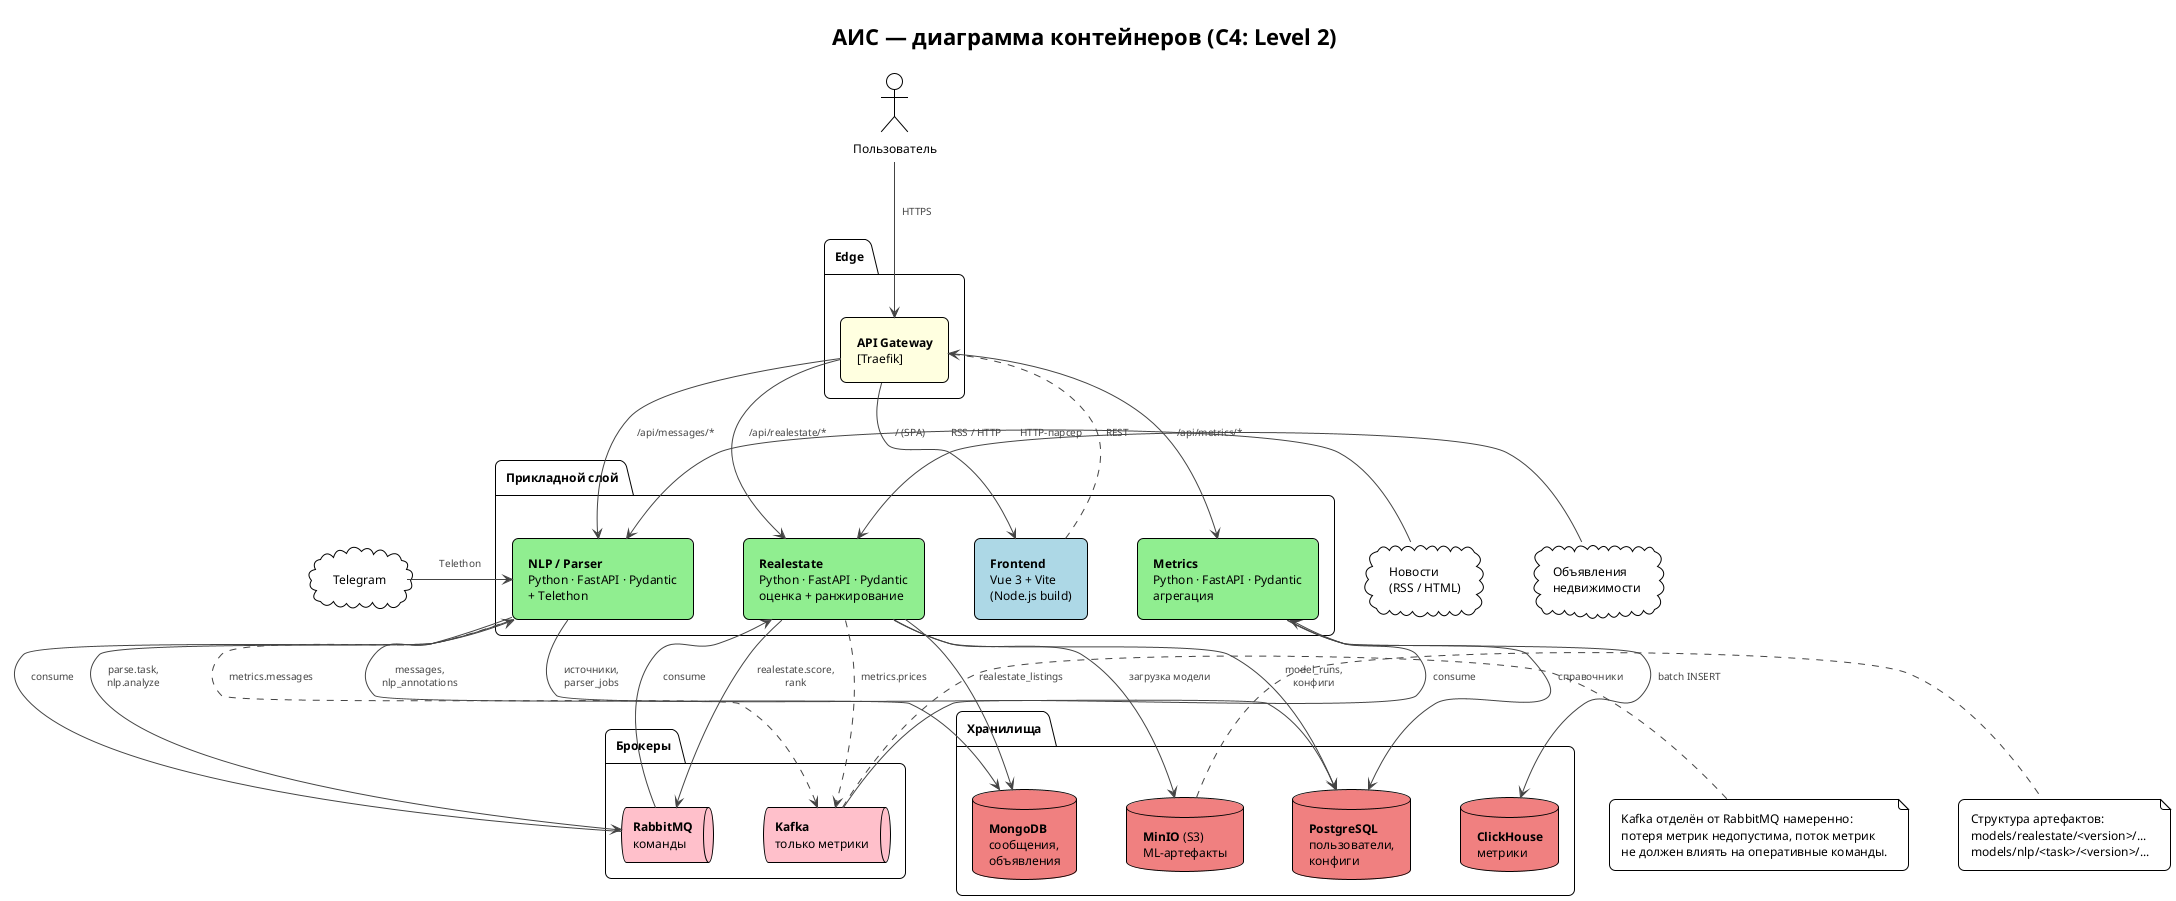
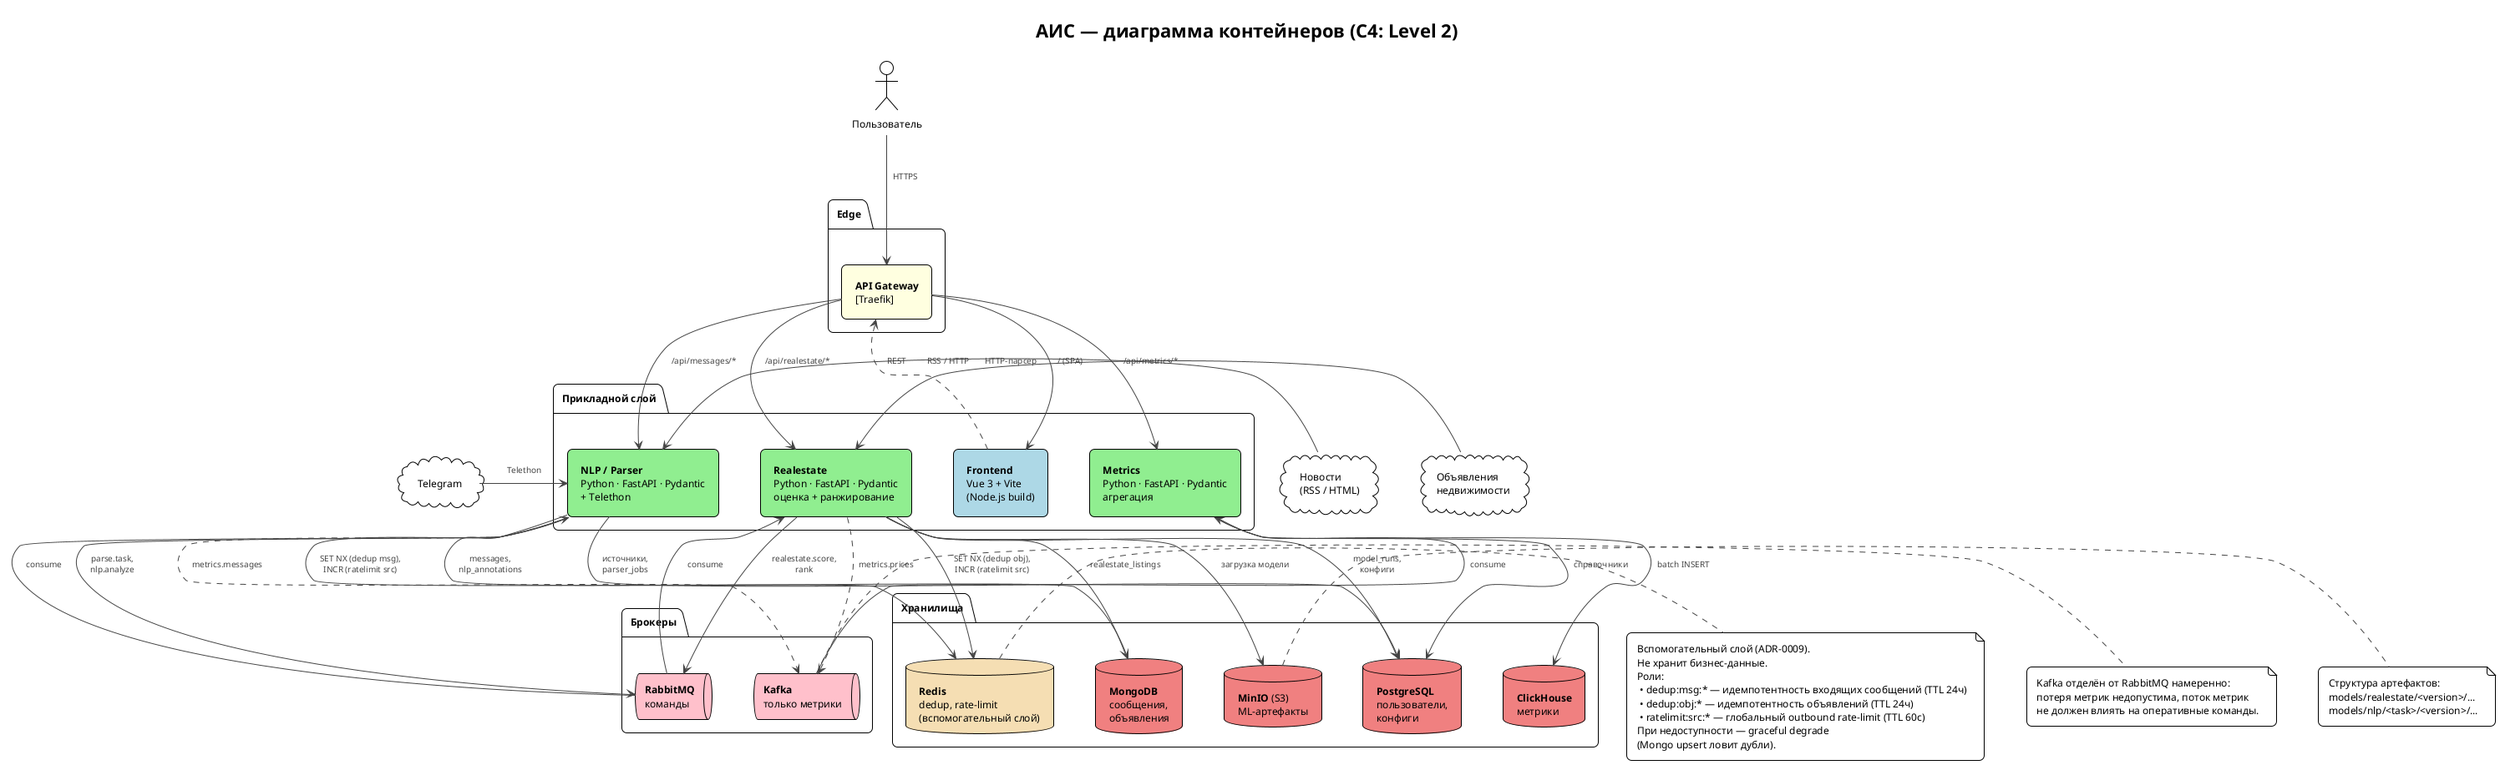
@startuml container
!theme plain
title АИС — диаграмма контейнеров (C4: Level 2)

skinparam backgroundColor #FFFFFF
skinparam roundCorner 12
skinparam shadowing false
skinparam defaultFontName "Helvetica"
skinparam defaultFontSize 12
skinparam ArrowColor #444444
skinparam ArrowFontSize 10
skinparam ArrowFontColor #444444
skinparam padding 6
skinparam nodesep 50
skinparam ranksep 70

' Раскладка сверху вниз: акторы → edge → сервисы → брокеры → хранилища
top to bottom direction

' === Уровень 0: внешний мир ===
actor "Пользователь" as user
cloud "Telegram" as tg
cloud "Новости\n(RSS / HTML)" as news
cloud "Объявления\nнедвижимости" as ads

' === Уровень 1: Edge ===
package "Edge" as edge_pkg {
  rectangle "**API Gateway**\n[Traefik]" as gateway #LightYellow
}

' === Уровень 2: прикладные сервисы ===
package "Прикладной слой" as app_pkg {
  rectangle "**Frontend**\nVue 3 + Vite\n(Node.js build)" as frontend #LightBlue
  rectangle "**Realestate**\nPython · FastAPI · Pydantic\nоценка + ранжирование" as realestate #LightGreen
  rectangle "**NLP / Parser**\nPython · FastAPI · Pydantic\n+ Telethon" as nlp #LightGreen
  rectangle "**Metrics**\nPython · FastAPI · Pydantic\nагрегация" as metrics #LightGreen
}

' === Уровень 3: брокеры ===
package "Брокеры" as broker_pkg {
  queue "**RabbitMQ**\nкоманды" as rabbit #Pink
  queue "**Kafka**\nтолько метрики" as kafka #Pink
}

' === Уровень 4: хранилища ===
package "Хранилища" as storage_pkg {
  database "**PostgreSQL**\nпользователи,\nконфиги" as pg #LightCoral
  database "**MongoDB**\nсообщения,\nобъявления" as mongo #LightCoral
  database "**ClickHouse**\nметрики" as ch #LightCoral
  database "**MinIO** (S3)\nML-артефакты" as minio #LightCoral
+   database "**Redis**\ndedup, rate-limit\n(вспомогательный слой)" as redis #Wheat
}

' ===========================================================
'   Связи. Группируем по типу, чтобы граф не путался.
' ===========================================================

' --- Пользователь и фронт ---
user     --> gateway       : HTTPS
gateway  --> frontend      : / (SPA)
frontend ..> gateway       : REST

' --- Маршрутизация шлюза в сервисы ---
gateway --> realestate     : /api/realestate/*
gateway --> nlp            : /api/messages/*
gateway --> metrics        : /api/metrics/*

' --- Источники данных → сервисы (заходят сбоку) ---
tg   -right-> nlp          : Telethon
news -right-> nlp          : RSS / HTTP
ads  -right-> realestate   : HTTP-парсер

' --- Команды через RabbitMQ ---
nlp        --> rabbit      : parse.task,\nnlp.analyze
realestate --> rabbit      : realestate.score,\nrank
rabbit     --> nlp         : consume
rabbit     --> realestate  : consume

' --- Метрики через Kafka (отдельный поток!) ---
nlp        ..> kafka       : metrics.messages
realestate ..> kafka       : metrics.prices
kafka      --> metrics     : consume

' --- Сервисы → хранилища ---
realestate --> pg          : model_runs,\nконфиги
realestate --> mongo       : realestate_listings
realestate --> minio       : загрузка модели

nlp        --> pg          : источники,\nparser_jobs
nlp        --> mongo       : messages,\nnlp_annotations

metrics    --> ch          : batch INSERT
metrics    --> pg          : справочники

+ ' --- Redis: dedup + rate-limit для парсеров ---
+ nlp        --> redis       : SET NX (dedup msg),\nINCR (ratelimit src)
+ realestate --> redis       : SET NX (dedup obj),\nINCR (ratelimit src)
+ 
' ===========================================================
'   Поясняющие notes — справа, чтобы не давили на граф.
' ===========================================================
note right of kafka
  Kafka отделён от RabbitMQ намеренно:
  потеря метрик недопустима, поток метрик
  не должен влиять на оперативные команды.
end note

note right of minio
  Структура артефактов:
  models/realestate/<version>/...
  models/nlp/<task>/<version>/...
end note

+ note right of redis
+   Вспомогательный слой (ADR-0009).
+   Не хранит бизнес-данные.
+   Роли:
+    • dedup:msg:* — идемпотентность входящих сообщений (TTL 24ч)
+    • dedup:obj:* — идемпотентность объявлений (TTL 24ч)
+    • ratelimit:src:* — глобальный outbound rate-limit (TTL 60с)
+   При недоступности — graceful degrade
+   (Mongo upsert ловит дубли).
+ end note
+ 
@enduml
